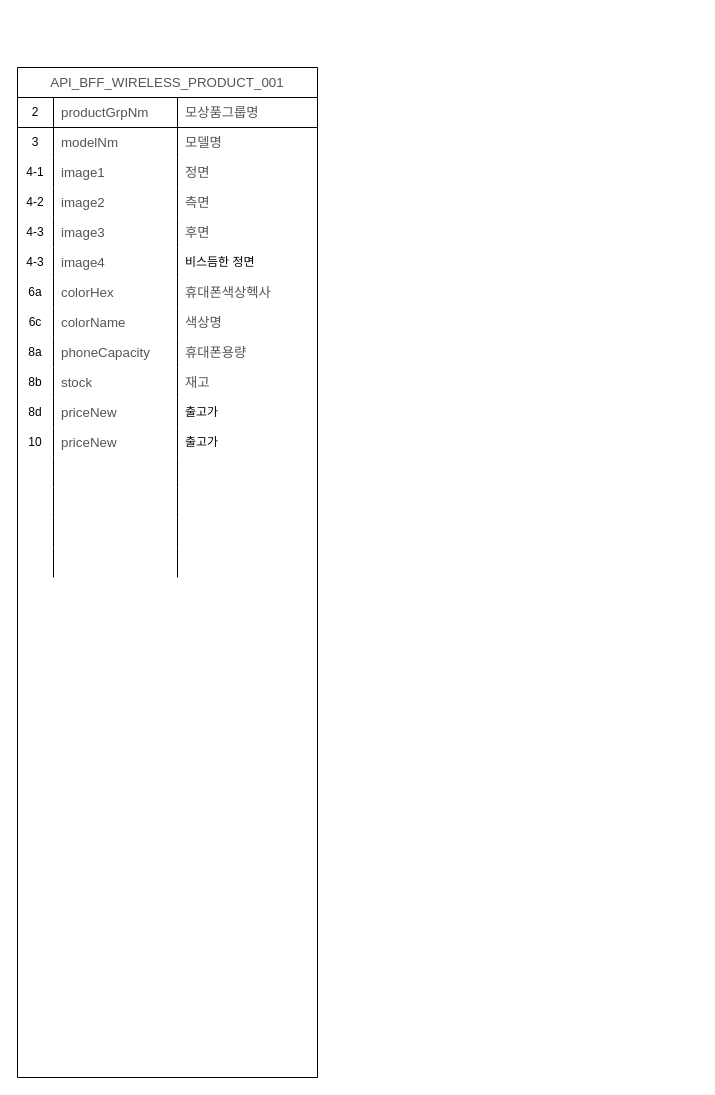
Earlier version of the draw.io diagram myshop_class_diagram.drawio (buyeol-choi/my-shop). Source tidied: cells renumbered, new cells numbered last; positions are measured from the earlier drawing's top-left corner, leaving out a move shared by most shapes. Both pictures are drawn from the tidied source at 100%, with x=0, y=0 at pixel (17, 67).
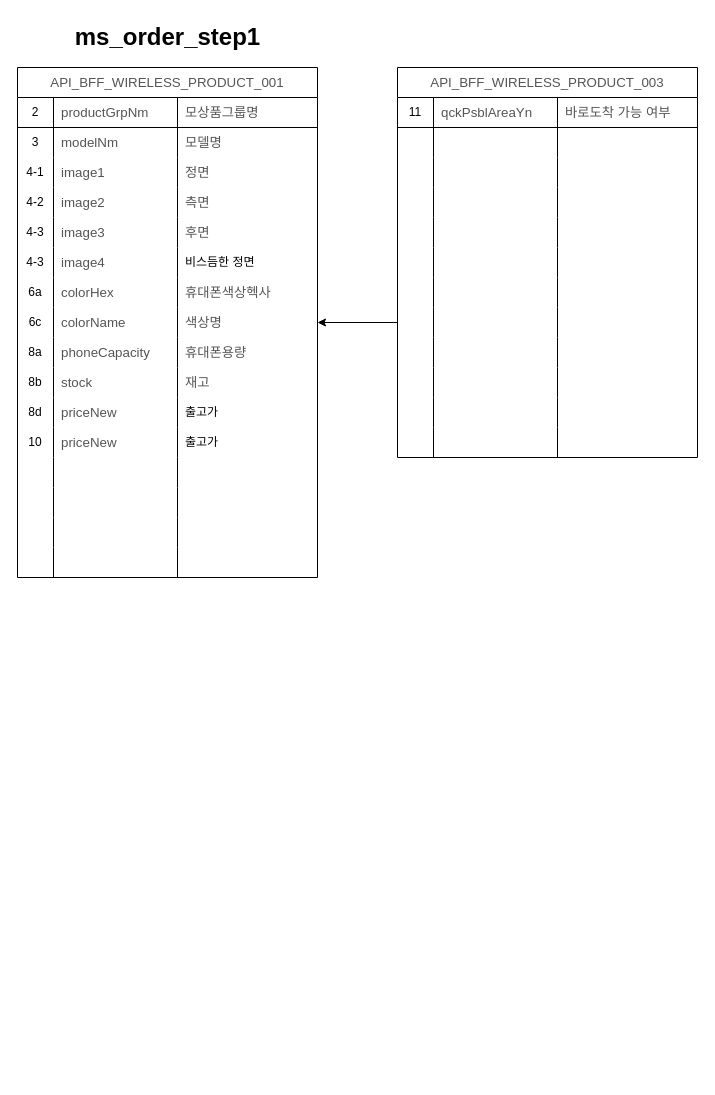
The same page after the edit.

Unchanged cells that the change refers to:
```xml
<mxCell id="31" style="shape=partialRectangle;html=1;whiteSpace=wrap;fillColor=none;top=0;left=0;bottom=0;right=0;points=[[0,0.5],[1,0.5]];portConstraint=eastwest;" parent="2" vertex="1">
  <mxGeometry y="240" width="300" height="30" as="geometry" />
</mxCell>
```

Change to the diagram source:
```diff
@@
+    <mxCell id="67" style="edgeStyle=orthogonalEdgeStyle;rounded=0;jettySize=auto;html=1;exitX=0;exitY=0.5;exitDx=0;exitDy=0;entryX=1;entryY=0.5;entryDx=0;entryDy=0;" parent="1" edge="1" source="98" target="31">
+      <mxGeometry relative="1" as="geometry" />
+    </mxCell>
     <mxCell id="2" value="&lt;span style=&quot;color: rgb(85 , 85 , 85) ; font-family: &amp;#34;맑은 고딕&amp;#34; , &amp;#34;seoul&amp;#34; , &amp;#34;arial&amp;#34; , &amp;#34;helvetica&amp;#34; ; font-size: 13.3333px ; font-weight: 400 ; text-align: left ; background-color: rgb(255 , 255 , 255)&quot;&gt;API_BFF_WIRELESS_PRODUCT_001&lt;/span&gt;" style="shape=table;html=1;whiteSpace=wrap;startSize=30;childLayout=tableLayout;rowLines=0;fontStyle=1;align=center;" parent="1" vertex="1">
-      <mxGeometry width="300" height="1010" as="geometry" />
+      <mxGeometry width="300" height="510" as="geometry" />
     </mxCell>
@@
+    <mxCell id="68" value="ms_order_step1" style="text;strokeColor=none;fillColor=none;html=1;fontSize=24;fontStyle=1;verticalAlign=middle;align=center;" parent="1" vertex="1">
+      <mxGeometry x="35" y="-50" width="230" height="40" as="geometry" />
+    </mxCell>
+    <mxCell id="69" value="&lt;span style=&quot;color: rgb(85 , 85 , 85) ; font-family: &amp;#34;맑은 고딕&amp;#34; , &amp;#34;seoul&amp;#34; , &amp;#34;arial&amp;#34; , &amp;#34;helvetica&amp;#34; ; font-size: 13.3333px ; font-weight: 400 ; text-align: left ; background-color: rgb(255 , 255 , 255)&quot;&gt;API_BFF_WIRELESS_PRODUCT_003&lt;/span&gt;" style="shape=table;html=1;whiteSpace=wrap;startSize=30;childLayout=tableLayout;rowLines=0;fontStyle=1;align=center;" parent="1" vertex="1">
+      <mxGeometry x="380" width="300" height="390" as="geometry" />
+    </mxCell>
+    <mxCell id="70" style="shape=partialRectangle;html=1;whiteSpace=wrap;fillColor=none;top=0;left=0;bottom=1;right=0;" parent="69" vertex="1">
+      <mxGeometry y="30" width="300" height="30" as="geometry" />
+    </mxCell>
+    <mxCell id="71" value="11" style="shape=partialRectangle;html=1;whiteSpace=wrap;fillColor=none;top=0;left=0;bottom=0;right=0;overflow=hidden;" parent="70" vertex="1">
+      <mxGeometry width="36" height="30" as="geometry" />
+    </mxCell>
+    <mxCell id="72" value="&lt;span style=&quot;color: rgb(85 , 85 , 85) ; font-family: &amp;#34;맑은 고딕&amp;#34; , &amp;#34;seoul&amp;#34; , &amp;#34;arial&amp;#34; , &amp;#34;helvetica&amp;#34; ; font-size: 13.3333px ; background-color: rgb(255 , 255 , 255)&quot;&gt;qckPsblAreaYn&lt;/span&gt;" style="shape=partialRectangle;html=1;whiteSpace=wrap;fillColor=none;top=0;left=0;bottom=0;right=0;align=left;spacingLeft=6;overflow=hidden;" parent="70" vertex="1">
+      <mxGeometry x="36" width="124" height="30" as="geometry" />
+    </mxCell>
+    <mxCell id="73" value="&lt;span style=&quot;color: rgb(85 , 85 , 85) ; font-family: &amp;#34;맑은 고딕&amp;#34; , &amp;#34;seoul&amp;#34; , &amp;#34;arial&amp;#34; , &amp;#34;helvetica&amp;#34; ; font-size: 13.3333px ; background-color: rgb(255 , 255 , 255)&quot;&gt;바로도착 가능 여부&lt;/span&gt;" style="shape=partialRectangle;html=1;whiteSpace=wrap;fillColor=none;top=0;left=0;bottom=0;right=0;align=left;spacingLeft=6;overflow=hidden;" parent="70" vertex="1">
+      <mxGeometry x="160" width="140" height="30" as="geometry" />
+    </mxCell>
+    <mxCell id="74" style="shape=partialRectangle;html=1;whiteSpace=wrap;fillColor=none;top=0;left=0;bottom=0;right=0;" parent="69" vertex="1">
+      <mxGeometry y="60" width="300" height="30" as="geometry" />
+    </mxCell>
+    <mxCell id="75" style="shape=partialRectangle;html=1;whiteSpace=wrap;fillColor=none;top=0;left=0;bottom=0;right=0;overflow=hidden;" parent="74" vertex="1">
+      <mxGeometry width="36" height="30" as="geometry" />
+    </mxCell>
+    <mxCell id="76" style="shape=partialRectangle;html=1;whiteSpace=wrap;fillColor=none;top=0;left=0;bottom=0;right=0;align=left;spacingLeft=6;overflow=hidden;" parent="74" vertex="1">
+      <mxGeometry x="36" width="124" height="30" as="geometry" />
+    </mxCell>
+    <mxCell id="77" style="shape=partialRectangle;html=1;whiteSpace=wrap;fillColor=none;top=0;left=0;bottom=0;right=0;align=left;spacingLeft=6;overflow=hidden;" parent="74" vertex="1">
+      <mxGeometry x="160" width="140" height="30" as="geometry" />
+    </mxCell>
+    <mxCell id="78" style="shape=partialRectangle;html=1;whiteSpace=wrap;fillColor=none;top=0;left=0;bottom=0;right=0;" parent="69" vertex="1">
+      <mxGeometry y="90" width="300" height="30" as="geometry" />
+    </mxCell>
+    <mxCell id="79" style="shape=partialRectangle;html=1;whiteSpace=wrap;fillColor=none;top=0;left=0;bottom=0;right=0;overflow=hidden;" parent="78" vertex="1">
+      <mxGeometry width="36" height="30" as="geometry" />
+    </mxCell>
+    <mxCell id="80" style="shape=partialRectangle;html=1;whiteSpace=wrap;fillColor=none;top=0;left=0;bottom=0;right=0;align=left;spacingLeft=6;overflow=hidden;" parent="78" vertex="1">
+      <mxGeometry x="36" width="124" height="30" as="geometry" />
+    </mxCell>
+    <mxCell id="81" style="shape=partialRectangle;html=1;whiteSpace=wrap;fillColor=none;top=0;left=0;bottom=0;right=0;align=left;spacingLeft=6;overflow=hidden;" parent="78" vertex="1">
+      <mxGeometry x="160" width="140" height="30" as="geometry" />
+    </mxCell>
+    <mxCell id="82" style="shape=partialRectangle;html=1;whiteSpace=wrap;fillColor=none;top=0;left=0;bottom=0;right=0;" parent="69" vertex="1">
+      <mxGeometry y="120" width="300" height="30" as="geometry" />
+    </mxCell>
+    <mxCell id="83" style="shape=partialRectangle;html=1;whiteSpace=wrap;fillColor=none;top=0;left=0;bottom=0;right=0;overflow=hidden;" parent="82" vertex="1">
+      <mxGeometry width="36" height="30" as="geometry" />
+    </mxCell>
+    <mxCell id="84" style="shape=partialRectangle;html=1;whiteSpace=wrap;fillColor=none;top=0;left=0;bottom=0;right=0;align=left;spacingLeft=6;overflow=hidden;" parent="82" vertex="1">
+      <mxGeometry x="36" width="124" height="30" as="geometry" />
+    </mxCell>
+    <mxCell id="85" style="shape=partialRectangle;html=1;whiteSpace=wrap;fillColor=none;top=0;left=0;bottom=0;right=0;align=left;spacingLeft=6;overflow=hidden;" parent="82" vertex="1">
+      <mxGeometry x="160" width="140" height="30" as="geometry" />
+    </mxCell>
+    <mxCell id="86" style="shape=partialRectangle;html=1;whiteSpace=wrap;fillColor=none;top=0;left=0;bottom=0;right=0;" parent="69" vertex="1">
+      <mxGeometry y="150" width="300" height="30" as="geometry" />
+    </mxCell>
+    <mxCell id="87" style="shape=partialRectangle;html=1;whiteSpace=wrap;fillColor=none;top=0;left=0;bottom=0;right=0;overflow=hidden;" parent="86" vertex="1">
+      <mxGeometry width="36" height="30" as="geometry" />
+    </mxCell>
+    <mxCell id="88" style="shape=partialRectangle;html=1;whiteSpace=wrap;fillColor=none;top=0;left=0;bottom=0;right=0;align=left;spacingLeft=6;overflow=hidden;" parent="86" vertex="1">
+      <mxGeometry x="36" width="124" height="30" as="geometry" />
+    </mxCell>
+    <mxCell id="89" style="shape=partialRectangle;html=1;whiteSpace=wrap;fillColor=none;top=0;left=0;bottom=0;right=0;align=left;spacingLeft=6;overflow=hidden;" parent="86" vertex="1">
+      <mxGeometry x="160" width="140" height="30" as="geometry" />
+    </mxCell>
+    <mxCell id="90" style="shape=partialRectangle;html=1;whiteSpace=wrap;fillColor=none;top=0;left=0;bottom=0;right=0;" parent="69" vertex="1">
+      <mxGeometry y="180" width="300" height="30" as="geometry" />
+    </mxCell>
+    <mxCell id="91" style="shape=partialRectangle;html=1;whiteSpace=wrap;fillColor=none;top=0;left=0;bottom=0;right=0;overflow=hidden;" parent="90" vertex="1">
+      <mxGeometry width="36" height="30" as="geometry" />
+    </mxCell>
+    <mxCell id="92" style="shape=partialRectangle;html=1;whiteSpace=wrap;fillColor=none;top=0;left=0;bottom=0;right=0;align=left;spacingLeft=6;overflow=hidden;" parent="90" vertex="1">
+      <mxGeometry x="36" width="124" height="30" as="geometry" />
+    </mxCell>
+    <mxCell id="93" style="shape=partialRectangle;html=1;whiteSpace=wrap;fillColor=none;top=0;left=0;bottom=0;right=0;align=left;spacingLeft=6;overflow=hidden;" parent="90" vertex="1">
+      <mxGeometry x="160" width="140" height="30" as="geometry" />
+    </mxCell>
+    <mxCell id="94" style="shape=partialRectangle;html=1;whiteSpace=wrap;fillColor=none;top=0;left=0;bottom=0;right=0;" parent="69" vertex="1">
+      <mxGeometry y="210" width="300" height="30" as="geometry" />
+    </mxCell>
+    <mxCell id="95" style="shape=partialRectangle;html=1;whiteSpace=wrap;fillColor=none;top=0;left=0;bottom=0;right=0;overflow=hidden;" parent="94" vertex="1">
+      <mxGeometry width="36" height="30" as="geometry" />
+    </mxCell>
+    <mxCell id="96" style="shape=partialRectangle;html=1;whiteSpace=wrap;fillColor=none;top=0;left=0;bottom=0;right=0;align=left;spacingLeft=6;overflow=hidden;" parent="94" vertex="1">
+      <mxGeometry x="36" width="124" height="30" as="geometry" />
+    </mxCell>
+    <mxCell id="97" style="shape=partialRectangle;html=1;whiteSpace=wrap;fillColor=none;top=0;left=0;bottom=0;right=0;align=left;spacingLeft=6;overflow=hidden;" parent="94" vertex="1">
+      <mxGeometry x="160" width="140" height="30" as="geometry" />
+    </mxCell>
+    <mxCell id="98" style="shape=partialRectangle;html=1;whiteSpace=wrap;fillColor=none;top=0;left=0;bottom=0;right=0;points=[[0,0.5],[1,0.5]];portConstraint=eastwest;" parent="69" vertex="1">
+      <mxGeometry y="240" width="300" height="30" as="geometry" />
+    </mxCell>
+    <mxCell id="99" style="shape=partialRectangle;html=1;whiteSpace=wrap;fillColor=none;top=0;left=0;bottom=0;right=0;overflow=hidden;" parent="98" vertex="1">
+      <mxGeometry width="36" height="30" as="geometry" />
+    </mxCell>
+    <mxCell id="100" style="shape=partialRectangle;html=1;whiteSpace=wrap;fillColor=none;top=0;left=0;bottom=0;right=0;align=left;spacingLeft=6;overflow=hidden;" parent="98" vertex="1">
+      <mxGeometry x="36" width="124" height="30" as="geometry" />
+    </mxCell>
+    <mxCell id="101" style="shape=partialRectangle;html=1;whiteSpace=wrap;fillColor=none;top=0;left=0;bottom=0;right=0;align=left;spacingLeft=6;overflow=hidden;" parent="98" vertex="1">
+      <mxGeometry x="160" width="140" height="30" as="geometry" />
+    </mxCell>
+    <mxCell id="102" style="shape=partialRectangle;html=1;whiteSpace=wrap;fillColor=none;top=0;left=0;bottom=0;right=0;" parent="69" vertex="1">
+      <mxGeometry y="270" width="300" height="30" as="geometry" />
+    </mxCell>
+    <mxCell id="103" style="shape=partialRectangle;html=1;whiteSpace=wrap;fillColor=none;top=0;left=0;bottom=0;right=0;overflow=hidden;" parent="102" vertex="1">
+      <mxGeometry width="36" height="30" as="geometry" />
+    </mxCell>
+    <mxCell id="104" style="shape=partialRectangle;html=1;whiteSpace=wrap;fillColor=none;top=0;left=0;bottom=0;right=0;align=left;spacingLeft=6;overflow=hidden;" parent="102" vertex="1">
+      <mxGeometry x="36" width="124" height="30" as="geometry" />
+    </mxCell>
+    <mxCell id="105" style="shape=partialRectangle;html=1;whiteSpace=wrap;fillColor=none;top=0;left=0;bottom=0;right=0;align=left;spacingLeft=6;overflow=hidden;" parent="102" vertex="1">
+      <mxGeometry x="160" width="140" height="30" as="geometry" />
+    </mxCell>
+    <mxCell id="106" style="shape=partialRectangle;html=1;whiteSpace=wrap;fillColor=none;top=0;left=0;bottom=0;right=0;" parent="69" vertex="1">
+      <mxGeometry y="300" width="300" height="30" as="geometry" />
+    </mxCell>
+    <mxCell id="107" style="shape=partialRectangle;html=1;whiteSpace=wrap;fillColor=none;top=0;left=0;bottom=0;right=0;overflow=hidden;" parent="106" vertex="1">
+      <mxGeometry width="36" height="30" as="geometry" />
+    </mxCell>
+    <mxCell id="108" style="shape=partialRectangle;html=1;whiteSpace=wrap;fillColor=none;top=0;left=0;bottom=0;right=0;align=left;spacingLeft=6;overflow=hidden;" parent="106" vertex="1">
+      <mxGeometry x="36" width="124" height="30" as="geometry" />
+    </mxCell>
+    <mxCell id="109" style="shape=partialRectangle;html=1;whiteSpace=wrap;fillColor=none;top=0;left=0;bottom=0;right=0;align=left;spacingLeft=6;overflow=hidden;" parent="106" vertex="1">
+      <mxGeometry x="160" width="140" height="30" as="geometry" />
+    </mxCell>
+    <mxCell id="110" style="shape=partialRectangle;html=1;whiteSpace=wrap;fillColor=none;top=0;left=0;bottom=0;right=0;" parent="69" vertex="1">
+      <mxGeometry y="330" width="300" height="30" as="geometry" />
+    </mxCell>
+    <mxCell id="111" style="shape=partialRectangle;html=1;whiteSpace=wrap;fillColor=none;top=0;left=0;bottom=0;right=0;overflow=hidden;" parent="110" vertex="1">
+      <mxGeometry width="36" height="30" as="geometry" />
+    </mxCell>
+    <mxCell id="112" style="shape=partialRectangle;html=1;whiteSpace=wrap;fillColor=none;top=0;left=0;bottom=0;right=0;align=left;spacingLeft=6;overflow=hidden;" parent="110" vertex="1">
+      <mxGeometry x="36" width="124" height="30" as="geometry" />
+    </mxCell>
+    <mxCell id="113" style="shape=partialRectangle;html=1;whiteSpace=wrap;fillColor=none;top=0;left=0;bottom=0;right=0;align=left;spacingLeft=6;overflow=hidden;" parent="110" vertex="1">
+      <mxGeometry x="160" width="140" height="30" as="geometry" />
+    </mxCell>
+    <mxCell id="114" style="shape=partialRectangle;html=1;whiteSpace=wrap;fillColor=none;top=0;left=0;bottom=0;right=0;" parent="69" vertex="1">
+      <mxGeometry y="360" width="300" height="30" as="geometry" />
+    </mxCell>
+    <mxCell id="115" style="shape=partialRectangle;html=1;whiteSpace=wrap;fillColor=none;top=0;left=0;bottom=0;right=0;overflow=hidden;" parent="114" vertex="1">
+      <mxGeometry width="36" height="30" as="geometry" />
+    </mxCell>
+    <mxCell id="116" style="shape=partialRectangle;html=1;whiteSpace=wrap;fillColor=none;top=0;left=0;bottom=0;right=0;align=left;spacingLeft=6;overflow=hidden;" parent="114" vertex="1">
+      <mxGeometry x="36" width="124" height="30" as="geometry" />
+    </mxCell>
+    <mxCell id="117" style="shape=partialRectangle;html=1;whiteSpace=wrap;fillColor=none;top=0;left=0;bottom=0;right=0;align=left;spacingLeft=6;overflow=hidden;" parent="114" vertex="1">
+      <mxGeometry x="160" width="140" height="30" as="geometry" />
+    </mxCell>
```
